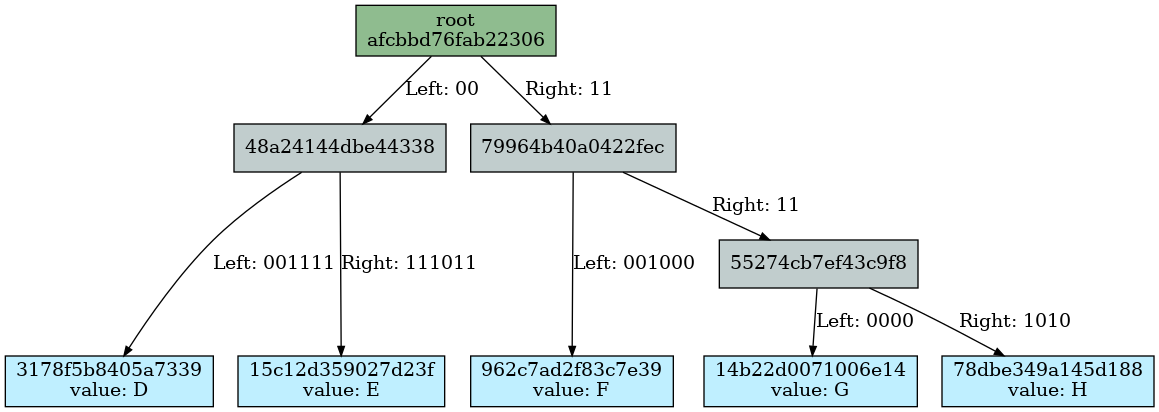
Earlier version of the Graphviz export docs/merkle_tree/splits/intro_after_right.dot.png (juicebox-systems/juicebox-hsm-realm). Its source is kept beside it as docs/merkle_tree/splits/intro_after_right.dot.
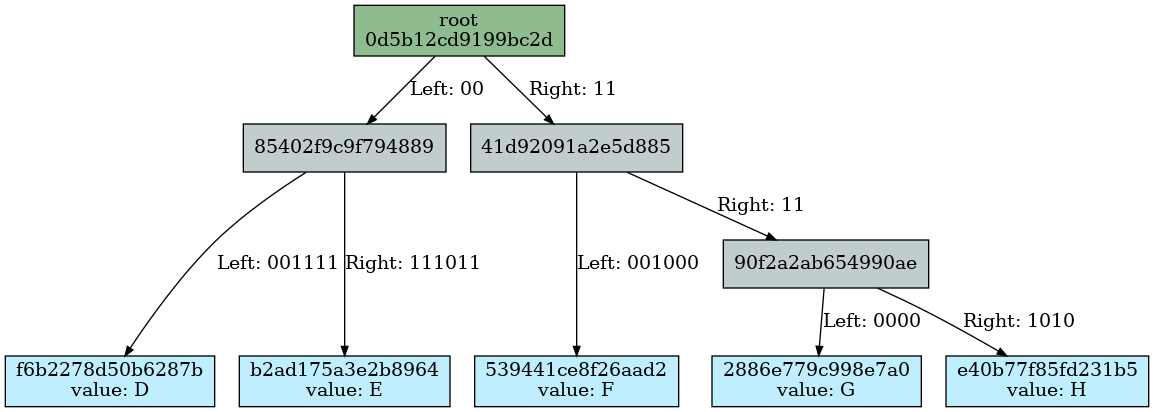
After the change.

Diff of the diagram source:
```diff
@@ -1,44 +1,44 @@
 Digraph merkletree {
 
-hafcbbd76fab22306 -> h48a24144dbe44338 [arrowsize=0.7 label="Left: 00\l" nojustify=true ];
-h48a24144dbe44338 -> h3178f5b8405a7339 [arrowsize=0.7 label="Left: 001111" nojustify=true ];
-h48a24144dbe44338 -> h15c12d359027d23f [arrowsize=0.7 label="Right: 111011" nojustify=true ];
-hafcbbd76fab22306 -> h79964b40a0422fec [arrowsize=0.7 label="Right: 11\l" nojustify=true ];
-h79964b40a0422fec -> h962c7ad2f83c7e39 [arrowsize=0.7 label="Left: 001000" nojustify=true ];
-h79964b40a0422fec -> h55274cb7ef43c9f8 [arrowsize=0.7 label="Right: 11\l" nojustify=true ];
-h55274cb7ef43c9f8 -> h14b22d0071006e14 [arrowsize=0.7 label="Left: 0000" nojustify=true ];
-h55274cb7ef43c9f8 -> h78dbe349a145d188 [arrowsize=0.7 label="Right: 1010" nojustify=true ];
+h0d5b12cd9199bc2d -> h85402f9c9f794889 [arrowsize=0.7 label="Left: 00" nojustify=true ];
+h85402f9c9f794889 -> hf6b2278d50b6287b [arrowsize=0.7 label="Left: 001111" nojustify=true ];
+h85402f9c9f794889 -> hb2ad175a3e2b8964 [arrowsize=0.7 label="Right: 111011" nojustify=true ];
+h0d5b12cd9199bc2d -> h41d92091a2e5d885 [arrowsize=0.7 label="Right: 11" nojustify=true ];
+h41d92091a2e5d885 -> h539441ce8f26aad2 [arrowsize=0.7 label="Left: 001000" nojustify=true ];
+h41d92091a2e5d885 -> h90f2a2ab654990ae [arrowsize=0.7 label="Right: 11" nojustify=true ];
+h90f2a2ab654990ae -> h2886e779c998e7a0 [arrowsize=0.7 label="Left: 0000" nojustify=true ];
+h90f2a2ab654990ae -> he40b77f85fd231b5 [arrowsize=0.7 label="Right: 1010" nojustify=true ];
 
 Subgraph depth_0 {
 rank=same
 
-hafcbbd76fab22306 [fillcolor=darkseagreen label="root\nafcbbd76fab22306" ordering=out shape=box style=filled ];
+h0d5b12cd9199bc2d [fillcolor=darkseagreen label="root\n0d5b12cd9199bc2d" ordering=out shape=box style=filled ];
 }
 
 
 Subgraph depth_2 {
 rank=same
 
-h48a24144dbe44338 [fillcolor=azure3 label="48a24144dbe44338" ordering=out shape=box style=filled ];
-h79964b40a0422fec [fillcolor=azure3 label="79964b40a0422fec" ordering=out shape=box style=filled ];
+h85402f9c9f794889 [fillcolor=azure3 label="85402f9c9f794889" ordering=out shape=box style=filled ];
+h41d92091a2e5d885 [fillcolor=azure3 label="41d92091a2e5d885" ordering=out shape=box style=filled ];
 }
 
 
 Subgraph depth_256 {
 rank=same
 
-h3178f5b8405a7339 [fillcolor=lightblue1 label="3178f5b8405a7339\nvalue: D" ordering=out shape=box style=filled ];
-h15c12d359027d23f [fillcolor=lightblue1 label="15c12d359027d23f\nvalue: E" ordering=out shape=box style=filled ];
-h962c7ad2f83c7e39 [fillcolor=lightblue1 label="962c7ad2f83c7e39\nvalue: F" ordering=out shape=box style=filled ];
-h14b22d0071006e14 [fillcolor=lightblue1 label="14b22d0071006e14\nvalue: G" ordering=out shape=box style=filled ];
-h78dbe349a145d188 [fillcolor=lightblue1 label="78dbe349a145d188\nvalue: H" ordering=out shape=box style=filled ];
+hf6b2278d50b6287b [fillcolor=lightblue1 label="f6b2278d50b6287b\nvalue: D" ordering=out shape=box style=filled ];
+hb2ad175a3e2b8964 [fillcolor=lightblue1 label="b2ad175a3e2b8964\nvalue: E" ordering=out shape=box style=filled ];
+h539441ce8f26aad2 [fillcolor=lightblue1 label="539441ce8f26aad2\nvalue: F" ordering=out shape=box style=filled ];
+h2886e779c998e7a0 [fillcolor=lightblue1 label="2886e779c998e7a0\nvalue: G" ordering=out shape=box style=filled ];
+he40b77f85fd231b5 [fillcolor=lightblue1 label="e40b77f85fd231b5\nvalue: H" ordering=out shape=box style=filled ];
 }
 
 
 Subgraph depth_4 {
 rank=same
 
-h55274cb7ef43c9f8 [fillcolor=azure3 label="55274cb7ef43c9f8" ordering=out shape=box style=filled ];
+h90f2a2ab654990ae [fillcolor=azure3 label="90f2a2ab654990ae" ordering=out shape=box style=filled ];
 }
 
 }
```
